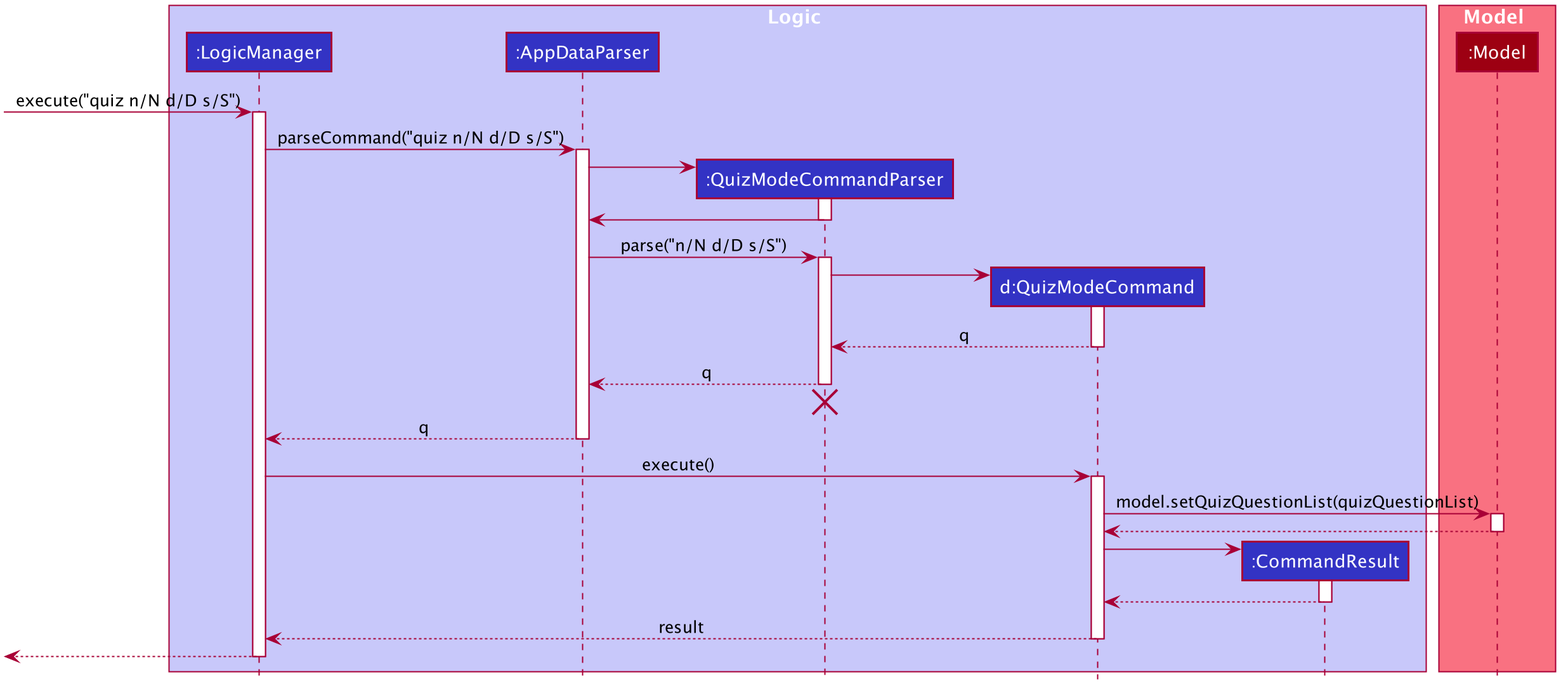
nus-cs2103-AY1920S1/addressbook-level3 keeps this PlantUML diagram as docs/images/QuizModeSequenceDiagram.png. Above is the earlier version. Its source is kept beside it as docs/diagrams/QuizModeSequenceDiagram.puml.
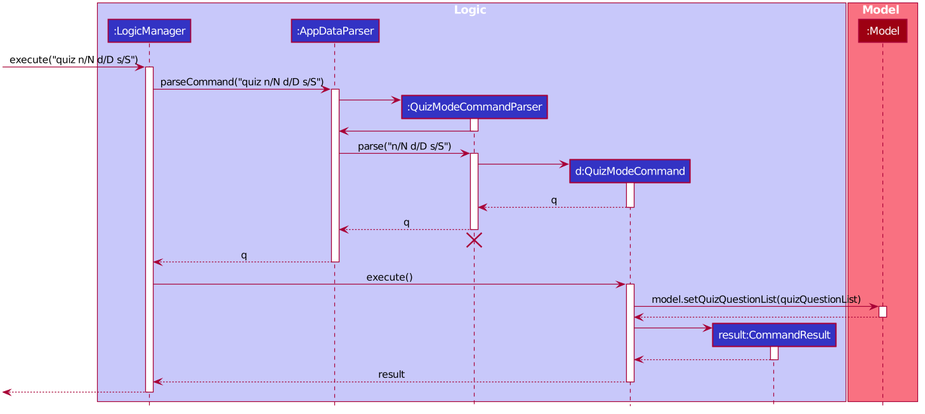
Above is the later version.

What changed in the source:
```diff
@@ -6,7 +6,7 @@
 participant ":AppDataParser" as AppDataParser LOGIC_COLOR
 participant ":QuizModeCommandParser" as QuizModeCommandParser LOGIC_COLOR
 participant "d:QuizModeCommand" as QuizModeCommand LOGIC_COLOR
-participant ":CommandResult" as CommandResult LOGIC_COLOR
+participant "result:CommandResult" as CommandResult LOGIC_COLOR
 end box
 
 box Model MODEL_COLOR_T1
```
